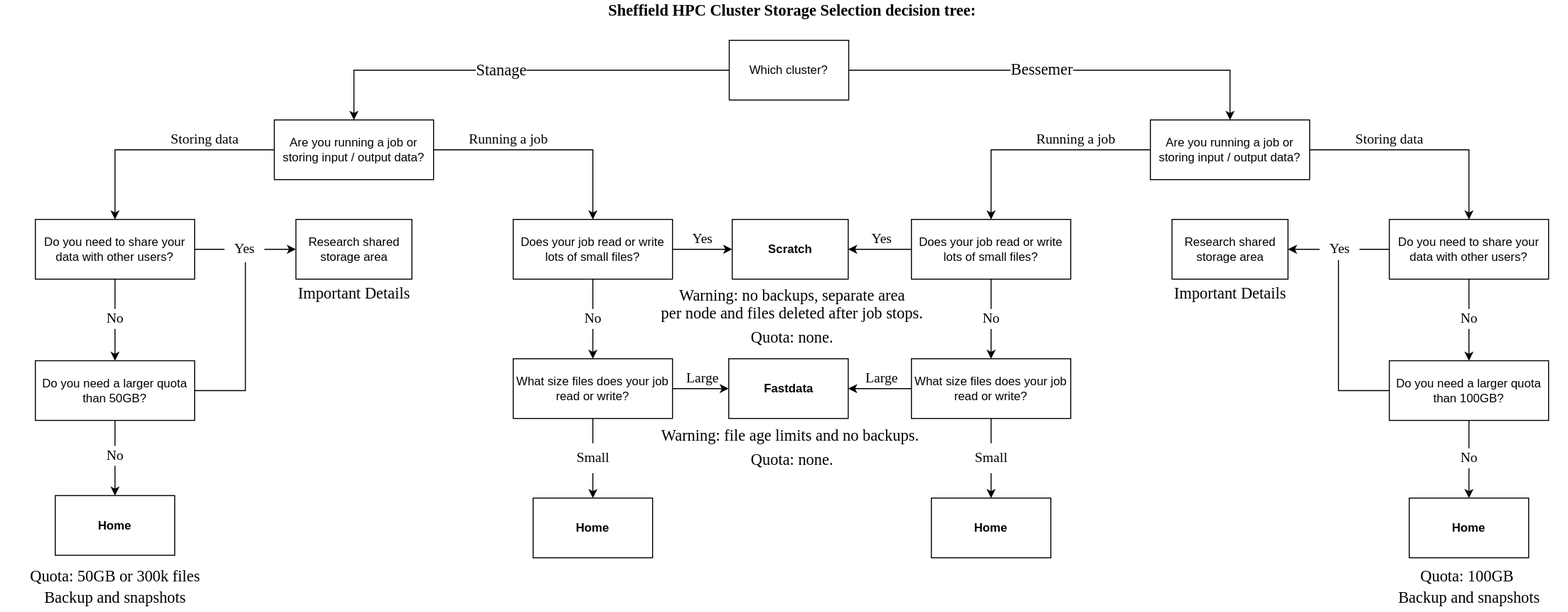
The draw.io diagram images/Sheffield-HPC-Cluster-Storage-Selection-decision-tree.drawio.svg in rcgsheffield/sheffield_hpc, before a commit. Source tidied: cells renumbered, new cells last; positions are measured from the earlier drawing's top-left corner, leaving out a move shared by most shapes.
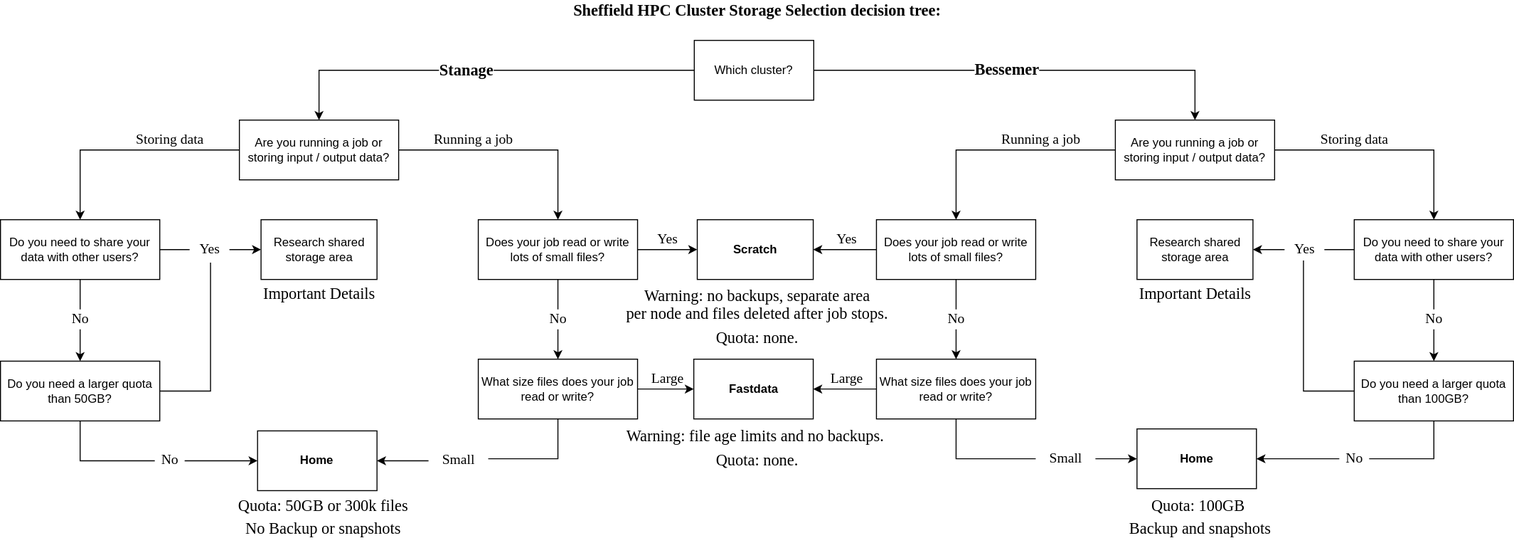
After the change.

Diff of the diagram source:
```diff
@@ -5,13 +5,13 @@
     <mxCell id="2" style="rounded=0;jettySize=auto;html=1;exitX=0;exitY=0.5;exitDx=0;exitDy=0;entryX=0.5;entryY=0;entryDx=0;entryDy=0;fontFamily=Verdana;fontSize=16;edgeStyle=orthogonalEdgeStyle;" parent="1" edge="1" source="6" target="26">
       <mxGeometry relative="1" as="geometry" />
     </mxCell>
-    <mxCell id="3" value="Stanage" style="edgeLabel;html=1;align=center;verticalAlign=middle;fontSize=16;fontFamily=Verdana;" parent="2" vertex="1">
+    <mxCell id="3" value="Stanage" style="edgeLabel;html=1;align=center;verticalAlign=middle;fontSize=16;fontFamily=Verdana;fontStyle=1;" parent="2" vertex="1">
       <mxGeometry x="0.08" y="-1" relative="1" as="geometry" />
     </mxCell>
     <mxCell id="4" style="edgeStyle=orthogonalEdgeStyle;rounded=0;jettySize=auto;html=1;exitX=1;exitY=0.5;exitDx=0;exitDy=0;entryX=0.5;entryY=0;entryDx=0;entryDy=0;fontFamily=Verdana;fontSize=16;" parent="1" edge="1" source="6" target="29">
       <mxGeometry relative="1" as="geometry" />
     </mxCell>
-    <mxCell id="5" value="Bessemer" style="edgeLabel;html=1;align=center;verticalAlign=middle;fontSize=16;fontFamily=Verdana;" parent="4" vertex="1">
+    <mxCell id="5" value="Bessemer" style="edgeLabel;html=1;align=center;verticalAlign=middle;fontSize=16;fontFamily=Verdana;fontStyle=1;" parent="4" vertex="1">
       <mxGeometry x="-0.11" y="2" relative="1" as="geometry" />
     </mxCell>
     <mxCell id="6" value="Which cluster?" style="rounded=0;whiteSpace=wrap;html=1;" parent="1" vertex="1">
@@ -44,18 +44,12 @@
     <mxCell id="15" style="edgeStyle=orthogonalEdgeStyle;rounded=0;jettySize=auto;html=1;fontFamily=Verdana;fontSize=16;" parent="1" edge="1" source="17" target="21">
       <mxGeometry relative="1" as="geometry" />
     </mxCell>
-    <mxCell id="16" style="edgeStyle=orthogonalEdgeStyle;rounded=0;jettySize=auto;html=1;fontFamily=Verdana;fontSize=14;startArrow=none;" parent="1" edge="1" source="45" target="43">
-      <mxGeometry relative="1" as="geometry" />
-    </mxCell>
     <mxCell id="17" value="What size files does your job read or write?" style="rounded=0;whiteSpace=wrap;html=1;" parent="1" vertex="1">
       <mxGeometry x="515" y="360" width="160" height="60" as="geometry" />
     </mxCell>
     <mxCell id="18" style="edgeStyle=orthogonalEdgeStyle;rounded=0;jettySize=auto;html=1;fontFamily=Verdana;fontSize=16;" parent="1" edge="1" source="20" target="21">
       <mxGeometry relative="1" as="geometry" />
     </mxCell>
-    <mxCell id="19" style="edgeStyle=orthogonalEdgeStyle;rounded=0;jettySize=auto;html=1;fontFamily=Verdana;fontSize=14;startArrow=none;" parent="1" edge="1" source="47" target="44">
-      <mxGeometry relative="1" as="geometry" />
-    </mxCell>
     <mxCell id="20" value="What size files does your job read or write?" style="rounded=0;whiteSpace=wrap;html=1;" parent="1" vertex="1">
       <mxGeometry x="915" y="360" width="160" height="60" as="geometry" />
     </mxCell>
@@ -125,29 +119,43 @@
     <mxCell id="42" value="Storing data" style="text;html=1;align=center;verticalAlign=middle;strokeColor=none;fillColor=none;fontSize=14;fontFamily=Verdana;" parent="1" vertex="1">
       <mxGeometry x="155" y="130" width="100" height="20" as="geometry" />
     </mxCell>
-    <mxCell id="43" value="&lt;b&gt;&lt;a href=&quot;https://docs.hpc.shef.ac.uk/en/latest/hpc/filestore.html#home-directories&quot;&gt;Home&lt;/a&gt;&lt;/b&gt;&lt;br&gt;&lt;b&gt;&lt;/b&gt;" style="rounded=0;whiteSpace=wrap;html=1;" parent="1" vertex="1">
-      <mxGeometry x="535" y="500" width="120" height="60" as="geometry" />
-    </mxCell>
-    <mxCell id="44" value="&lt;b&gt;&lt;a href=&quot;https://docs.hpc.shef.ac.uk/en/latest/hpc/filestore.html#home-directories&quot;&gt;Home&lt;/a&gt;&lt;/b&gt;" style="rounded=0;whiteSpace=wrap;html=1;" parent="1" vertex="1">
-      <mxGeometry x="935" y="500" width="120" height="60" as="geometry" />
-    </mxCell>
+    <mxCell id="85" style="edgeStyle=orthogonalEdgeStyle;rounded=0;jettySize=auto;html=1;strokeColor=none;endArrow=none;endFill=0;" parent="1" edge="1" source="45">
+      <mxGeometry relative="1" as="geometry">
+        <mxPoint x="355" y="460" as="targetPoint" />
+        <Array as="points">
+          <mxPoint x="365" y="460" />
+          <mxPoint x="365" y="461" />
+        </Array>
+      </mxGeometry>
+    </mxCell>
     <mxCell id="45" value="Small" style="text;html=1;align=center;verticalAlign=middle;points=[];strokeColor=none;fillColor=none;fontSize=14;fontFamily=Verdana;" parent="1" vertex="1">
-      <mxGeometry x="565" y="445" width="60" height="30" as="geometry" />
+      <mxGeometry x="465" y="447" width="60" height="30" as="geometry" />
     </mxCell>
     <mxCell id="46" style="edgeStyle=orthogonalEdgeStyle;rounded=0;jettySize=auto;html=1;fontFamily=Verdana;fontSize=14;endArrow=none;" parent="1" edge="1" source="17" target="45">
-      <mxGeometry relative="1" as="geometry" />
+      <mxGeometry relative="1" as="geometry">
+        <Array as="points">
+          <mxPoint x="595" y="460" />
+        </Array>
+      </mxGeometry>
     </mxCell>
+    <mxCell id="86" style="edgeStyle=orthogonalEdgeStyle;rounded=0;jettySize=auto;html=1;" parent="1" edge="1" source="47" target="50">
+      <mxGeometry relative="1" as="geometry" />
+    </mxCell>
     <mxCell id="47" value="Small" style="text;html=1;align=center;verticalAlign=middle;points=[];strokeColor=none;fillColor=none;fontSize=14;fontFamily=Verdana;" parent="1" vertex="1">
-      <mxGeometry x="965" y="445" width="60" height="30" as="geometry" />
+      <mxGeometry x="1075" y="445" width="60" height="30" as="geometry" />
     </mxCell>
     <mxCell id="48" style="edgeStyle=orthogonalEdgeStyle;rounded=0;jettySize=auto;html=1;fontFamily=Verdana;fontSize=14;endArrow=none;" parent="1" edge="1" source="20" target="47">
-      <mxGeometry relative="1" as="geometry" />
+      <mxGeometry relative="1" as="geometry">
+        <Array as="points">
+          <mxPoint x="995" y="460" />
+        </Array>
+      </mxGeometry>
     </mxCell>
     <mxCell id="49" value="Research shared storage area" style="rounded=0;whiteSpace=wrap;html=1;" parent="1" vertex="1">
       <mxGeometry x="296.8" y="220" width="116.5" height="60" as="geometry" />
     </mxCell>
     <mxCell id="50" value="&lt;b&gt;&lt;a href=&quot;https://docs.hpc.shef.ac.uk/en/latest/hpc/filestore.html#home-directories&quot;&gt;Home&lt;/a&gt;&lt;/b&gt;" style="rounded=0;whiteSpace=wrap;html=1;" parent="1" vertex="1">
-      <mxGeometry x="1415" y="500" width="120" height="60" as="geometry" />
+      <mxGeometry x="1176.8" y="430" width="120" height="60" as="geometry" />
     </mxCell>
     <mxCell id="51" style="edgeStyle=orthogonalEdgeStyle;rounded=0;jettySize=auto;html=1;" parent="1" edge="1" source="52" target="74">
       <mxGeometry relative="1" as="geometry" />
@@ -192,10 +200,10 @@
       <mxGeometry relative="1" as="geometry" />
     </mxCell>
     <mxCell id="65" value="&lt;a href=&quot;https://docs.hpc.shef.ac.uk/en/latest/hpc/filestore.html#home-directories&quot;&gt;Quota: 50GB or 300k files&lt;/a&gt;" style="text;html=1;align=center;verticalAlign=middle;strokeColor=none;fillColor=none;fontSize=16;fontFamily=Verdana;" parent="1" vertex="1">
-      <mxGeometry y="562.5" width="230" height="30" as="geometry" />
+      <mxGeometry x="243.6" y="492" width="230" height="30" as="geometry" />
     </mxCell>
     <mxCell id="66" value="&lt;a href=&quot;https://docs.hpc.shef.ac.uk/en/latest/hpc/filestore.html#home-directories&quot;&gt;Backup and snapshots&lt;/a&gt;" style="text;html=1;align=center;verticalAlign=middle;strokeColor=none;fillColor=none;fontSize=16;fontFamily=Verdana;" parent="1" vertex="1">
-      <mxGeometry x="1375" y="590" width="200" height="20" as="geometry" />
+      <mxGeometry x="1140.4" y="519.5" width="200" height="20" as="geometry" />
     </mxCell>
     <mxCell id="67" value="&lt;a href=&quot;https://docs.hpc.shef.ac.uk/en/latest/hpc/filestore.html#shared-project-directories&quot;&gt;Important Details&lt;/a&gt;" style="text;html=1;align=center;verticalAlign=middle;strokeColor=none;fillColor=none;fontSize=16;fontFamily=Verdana;" parent="1" vertex="1">
       <mxGeometry x="275" y="284" width="160" height="20" as="geometry" />
@@ -216,13 +224,21 @@
       <mxGeometry relative="1" as="geometry" />
     </mxCell>
     <mxCell id="73" style="edgeStyle=orthogonalEdgeStyle;rounded=0;jettySize=auto;html=1;exitX=0.5;exitY=1;exitDx=0;exitDy=0;endArrow=none;endFill=0;" parent="1" edge="1" source="74" target="84">
-      <mxGeometry relative="1" as="geometry" />
+      <mxGeometry relative="1" as="geometry">
+        <Array as="points">
+          <mxPoint x="115" y="462" />
+        </Array>
+      </mxGeometry>
     </mxCell>
     <mxCell id="74" value="Do you need a larger quota than 50GB?" style="rounded=0;whiteSpace=wrap;html=1;spacing=8;" parent="1" vertex="1">
       <mxGeometry x="35" y="362" width="160" height="60" as="geometry" />
     </mxCell>
     <mxCell id="75" style="edgeStyle=orthogonalEdgeStyle;rounded=0;jettySize=auto;html=1;endArrow=none;endFill=0;" parent="1" edge="1" source="77" target="79">
-      <mxGeometry relative="1" as="geometry" />
+      <mxGeometry relative="1" as="geometry">
+        <Array as="points">
+          <mxPoint x="1475" y="460" />
+        </Array>
+      </mxGeometry>
     </mxCell>
     <mxCell id="76" style="edgeStyle=orthogonalEdgeStyle;rounded=0;jettySize=auto;html=1;exitX=0;exitY=0.5;exitDx=0;exitDy=0;entryX=0.475;entryY=1.05;entryDx=0;entryDy=0;entryPerimeter=0;endArrow=none;endFill=0;" parent="1" edge="1" source="77" target="63">
       <mxGeometry relative="1" as="geometry" />
@@ -230,30 +246,29 @@
     <mxCell id="77" value="Do you need a larger quota than 100GB?" style="rounded=0;whiteSpace=wrap;html=1;spacing=8;" parent="1" vertex="1">
       <mxGeometry x="1395" y="362" width="160" height="60" as="geometry" />
     </mxCell>
-    <mxCell id="78" style="edgeStyle=orthogonalEdgeStyle;rounded=0;jettySize=auto;html=1;endArrow=classic;endFill=1;" parent="1" edge="1" source="79">
-      <mxGeometry relative="1" as="geometry">
-        <mxPoint x="1475" y="500" as="targetPoint" />
-      </mxGeometry>
-    </mxCell>
+    <mxCell id="87" style="edgeStyle=orthogonalEdgeStyle;rounded=0;jettySize=auto;html=1;entryX=1;entryY=0.5;entryDx=0;entryDy=0;" parent="1" edge="1" source="79" target="50">
+      <mxGeometry relative="1" as="geometry" />
+    </mxCell>
     <mxCell id="79" value="No" style="text;html=1;align=center;verticalAlign=middle;points=[];strokeColor=none;fillColor=none;fontSize=14;fontFamily=Verdana;" parent="1" vertex="1">
-      <mxGeometry x="1460" y="450" width="30" height="20" as="geometry" />
+      <mxGeometry x="1380" y="450" width="30" height="20" as="geometry" />
     </mxCell>
+    <mxCell id="81" value="&lt;a href=&quot;https://docs.hpc.shef.ac.uk/en/latest/hpc/filestore.html#home-directories&quot;&gt;Quota: 100GB&lt;/a&gt;&amp;nbsp;" style="text;html=1;align=center;verticalAlign=middle;strokeColor=none;fillColor=none;fontSize=16;fontFamily=Verdana;" parent="1" vertex="1">
+      <mxGeometry x="1170.4" y="492" width="140" height="30" as="geometry" />
+    </mxCell>
+    <mxCell id="88" style="edgeStyle=orthogonalEdgeStyle;rounded=0;jettySize=auto;html=1;" parent="1" edge="1" source="84" target="80">
+      <mxGeometry relative="1" as="geometry" />
+    </mxCell>
+    <mxCell id="84" value="No" style="text;html=1;align=center;verticalAlign=middle;points=[];strokeColor=none;fillColor=none;fontSize=14;fontFamily=Verdana;" parent="1" vertex="1">
+      <mxGeometry x="190" y="452" width="30" height="20" as="geometry" />
+    </mxCell>
+    <mxCell id="89" value="&lt;a href=&quot;https://docs.hpc.shef.ac.uk/en/latest/hpc/filestore.html#home-directories&quot;&gt;No Backup or snapshots&lt;/a&gt;" style="text;html=1;align=center;verticalAlign=middle;strokeColor=none;fillColor=none;fontSize=16;fontFamily=Verdana;" parent="1" vertex="1">
+      <mxGeometry x="248.6" y="514.5" width="220" height="30" as="geometry" />
+    </mxCell>
+    <mxCell id="90" style="edgeStyle=orthogonalEdgeStyle;rounded=0;jettySize=auto;html=1;" parent="1" edge="1" source="45" target="80">
+      <mxGeometry relative="1" as="geometry" />
+    </mxCell>
     <mxCell id="80" value="&lt;b&gt;&lt;a href=&quot;https://docs.hpc.shef.ac.uk/en/latest/hpc/filestore.html#home-directories&quot;&gt;Home&lt;/a&gt;&lt;/b&gt;" style="rounded=0;whiteSpace=wrap;html=1;" parent="1" vertex="1">
-      <mxGeometry x="55" y="497.5" width="120" height="60" as="geometry" />
+      <mxGeometry x="293.2" y="432" width="120" height="60" as="geometry" />
     </mxCell>
-    <mxCell id="81" value="&lt;a href=&quot;https://docs.hpc.shef.ac.uk/en/latest/hpc/filestore.html#home-directories&quot;&gt;Quota: 100GB&lt;/a&gt;&amp;nbsp;" style="text;html=1;align=center;verticalAlign=middle;strokeColor=none;fillColor=none;fontSize=16;fontFamily=Verdana;" parent="1" vertex="1">
-      <mxGeometry x="1405" y="562.5" width="140" height="30" as="geometry" />
-    </mxCell>
-    <mxCell id="82" value="&lt;a href=&quot;https://docs.hpc.shef.ac.uk/en/latest/hpc/filestore.html#home-directories&quot;&gt;Backup and snapshots&lt;/a&gt;" style="text;html=1;align=center;verticalAlign=middle;strokeColor=none;fillColor=none;fontSize=16;fontFamily=Verdana;" parent="1" vertex="1">
-      <mxGeometry x="15" y="585" width="200" height="30" as="geometry" />
-    </mxCell>
-    <mxCell id="83" style="edgeStyle=orthogonalEdgeStyle;rounded=0;jettySize=auto;html=1;endArrow=classic;endFill=1;" parent="1" edge="1" source="84">
-      <mxGeometry relative="1" as="geometry">
-        <mxPoint x="115" y="497.5" as="targetPoint" />
-      </mxGeometry>
-    </mxCell>
-    <mxCell id="84" value="No" style="text;html=1;align=center;verticalAlign=middle;points=[];strokeColor=none;fillColor=none;fontSize=14;fontFamily=Verdana;" parent="1" vertex="1">
-      <mxGeometry x="100" y="447.5" width="30" height="20" as="geometry" />
-    </mxCell>
   </root>
 </mxGraphModel>
```
